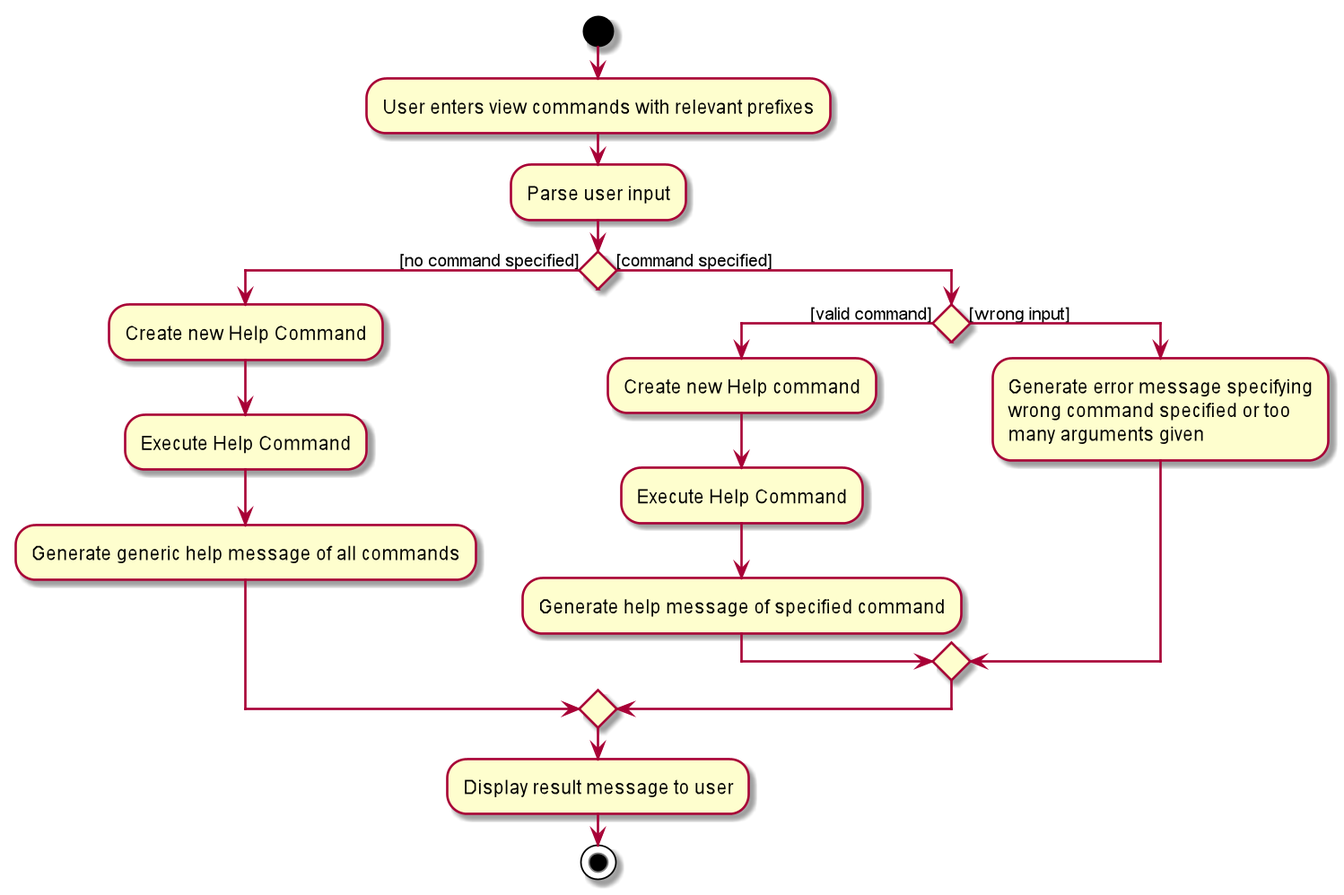
Before: docs/images/HelpCommandActivityDiagram.png, a diagram exported from PlantUML (tohyuting/tp). Source of this version:
```plantuml
@startuml
start
:User enters view commands with relevant prefixes;
:Parse user input;


if () then ([no command specified])
    :Create new Help Command;
    :Execute Help Command;
    :Generate generic help message of all commands;

else ([command specified])
    if () then ([valid command])
    :Create new Help command;
    :Execute Help Command;
    :Generate help message of specified command;
    else ([wrong input])
    :Generate error message specifying
    wrong command specified or too
    many arguments given;
    endif
endif
:Display result message to user;
stop

@enduml
```
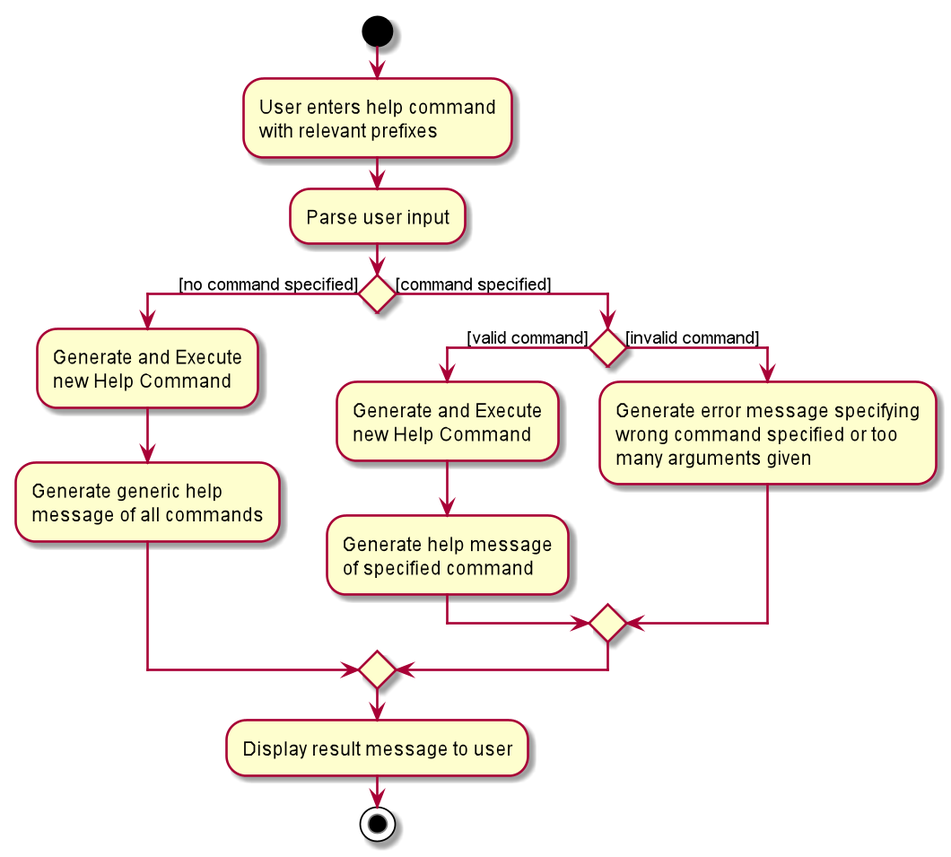
Later version of the same file.

What changed in the source:
```diff
@@ -1,20 +1,23 @@
 @startuml
 start
-:User enters view commands with relevant prefixes;
+:User enters help command
+with relevant prefixes;
 :Parse user input;
 
 
 if () then ([no command specified])
-    :Create new Help Command;
-    :Execute Help Command;
-    :Generate generic help message of all commands;
+    :Generate and Execute
+    new Help Command;
+    :Generate generic help
+    message of all commands;
 
 else ([command specified])
     if () then ([valid command])
-    :Create new Help command;
-    :Execute Help Command;
-    :Generate help message of specified command;
-    else ([wrong input])
+    :Generate and Execute
+    new Help Command;
+    :Generate help message
+    of specified command;
+    else ([invalid command])
     :Generate error message specifying
     wrong command specified or too
     many arguments given;
```
